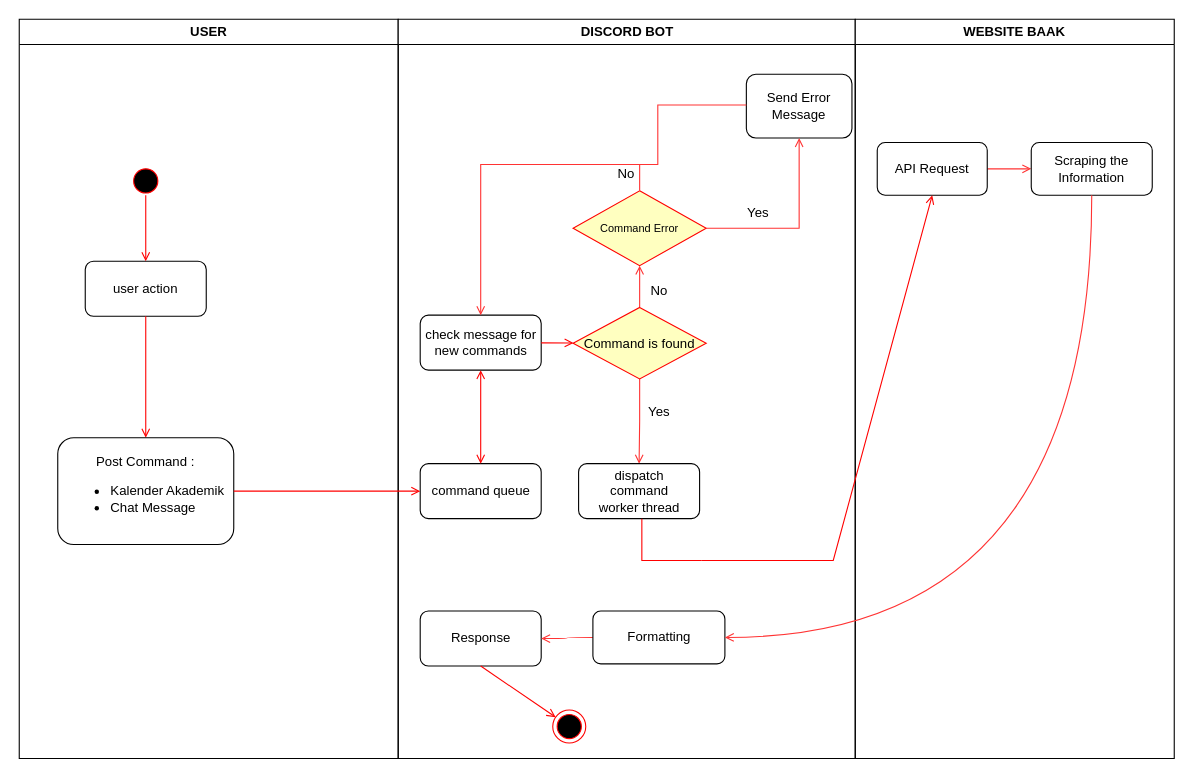
The draw.io diagram New Activiy Diagram.drawio in Ikhari/For-app.diagrams.net, before the edit. Source tidied: cells renumbered, new cells numbered last; positions are measured from the earlier drawing's top-left corner, leaving out a move shared by most shapes. Both pictures are drawn from the tidied source at 110%, with x=0, y=0 at pixel (19, 19).
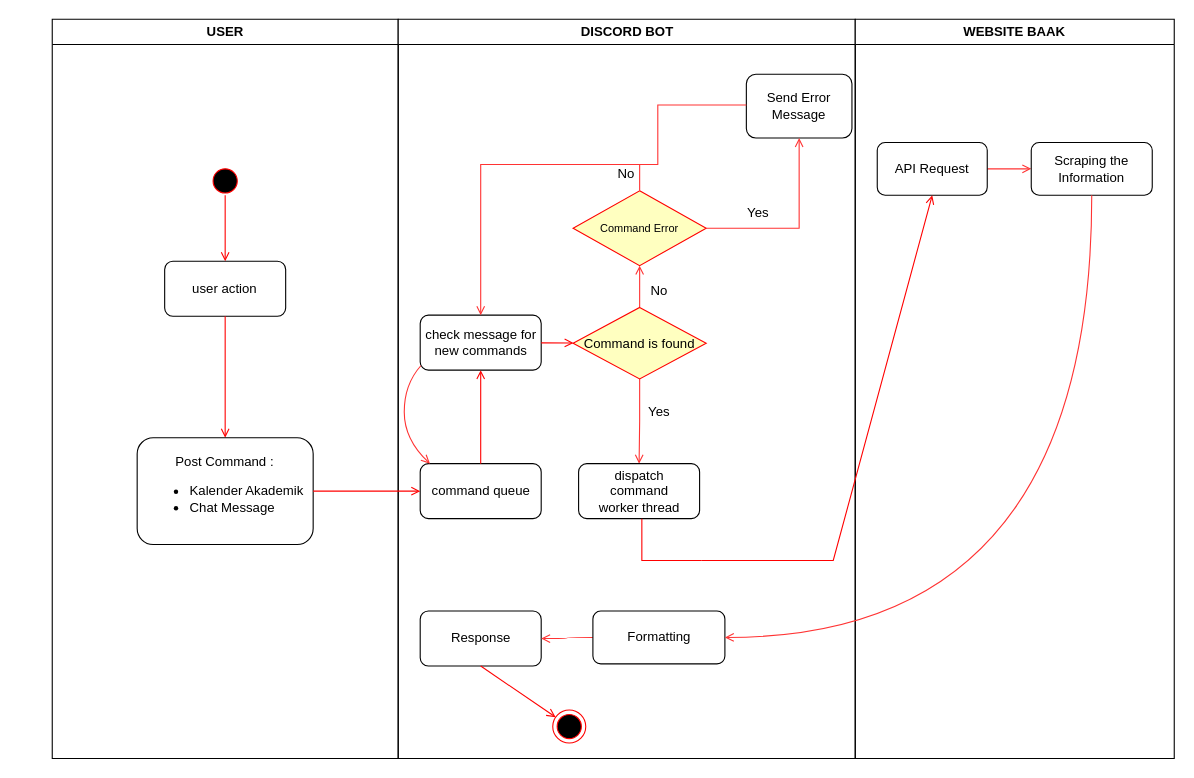
Above is the later version.

Unchanged cells that the change refers to:
```xml
<mxCell id="8" value="DISCORD BOT" style="swimlane;whiteSpace=wrap;" parent="1" vertex="1">
  <mxGeometry x="344.5" width="415.5" height="672" as="geometry" />
</mxCell>
<mxCell id="9" value="check message for &lt;br&gt;new commands" style="rounded=1;whiteSpace=wrap;html=1;glass=0;shadow=0;sketch=0;" parent="8" vertex="1">
  <mxGeometry x="20" y="269" width="110" height="50" as="geometry" />
</mxCell>
<mxCell id="10" value="command queue" style="rounded=1;whiteSpace=wrap;html=1;" parent="8" vertex="1">
  <mxGeometry x="20" y="404" width="110" height="50" as="geometry" />
</mxCell>
```

Change to the diagram source:
```diff
@@
     <mxCell id="2" value="USER" style="swimlane;whiteSpace=wrap;" parent="1" vertex="1">
-      <mxGeometry width="344.5" height="672" as="geometry" />
+      <mxGeometry x="30" width="314.5" height="672" as="geometry" />
     </mxCell>
     <mxCell id="3" style="ellipse;shape=startState;fillColor=#000000;strokeColor=#ff0000;" parent="2" vertex="1">
-      <mxGeometry x="100" y="132" width="30" height="30" as="geometry" />
+      <mxGeometry x="142.2" y="132" width="30" height="30" as="geometry" />
     </mxCell>
     <mxCell id="4" value="user action" style="rounded=1;whiteSpace=wrap;html=1;" parent="2" vertex="1">
-      <mxGeometry x="60" y="220" width="110" height="50" as="geometry" />
+      <mxGeometry x="102.2" y="220" width="110" height="50" as="geometry" />
     </mxCell>
     <mxCell id="5" style="endArrow=open;strokeColor=#FF0000;endFill=1;rounded=0;" parent="2" edge="1" target="4">
       <mxGeometry relative="1" as="geometry">
-        <mxPoint x="115" y="160" as="sourcePoint" />
+        <mxPoint x="157.2" y="160" as="sourcePoint" />
       </mxGeometry>
     </mxCell>
@@
     <mxCell id="7" value="Post Command :&lt;br&gt;&lt;ul&gt;&lt;li style=&quot;text-align: justify;&quot;&gt;Kalender Akademik&lt;/li&gt;&lt;li style=&quot;text-align: justify;&quot;&gt;Chat Message&lt;/li&gt;&lt;/ul&gt;" style="rounded=1;whiteSpace=wrap;html=1;" parent="2" vertex="1">
-      <mxGeometry x="35" y="380.5" width="160" height="97" as="geometry" />
+      <mxGeometry x="77.2" y="380.5" width="160" height="97" as="geometry" />
     </mxCell>
@@
-    <mxCell id="11" style="endArrow=open;strokeColor=#FF0000;endFill=1;rounded=0;startArrow=open;startFill=0;" parent="8" edge="1" source="9" target="10">
+    <mxCell id="11" style="endArrow=none;strokeColor=#FF0000;endFill=0;rounded=0;startArrow=open;startFill=0;" parent="8" edge="1" source="9" target="10">
       <mxGeometry relative="1" as="geometry" />
     </mxCell>
@@
+    <mxCell id="39" style="curved=1;endArrow=open;html=1;rounded=0;exitX=0.005;exitY=0.92;exitDx=0;exitDy=0;exitPerimeter=0;endFill=0;entryX=0.081;entryY=0;entryDx=0;entryDy=0;entryPerimeter=0;strokeColor=#FF3333;strokeWidth=1;" parent="8" edge="1" source="9" target="10">
+      <mxGeometry relative="1" as="geometry">
+        <Array as="points">
+          <mxPoint x="5.5" y="332" />
+          <mxPoint x="5.5" y="382" />
+        </Array>
+      </mxGeometry>
+    </mxCell>
```
